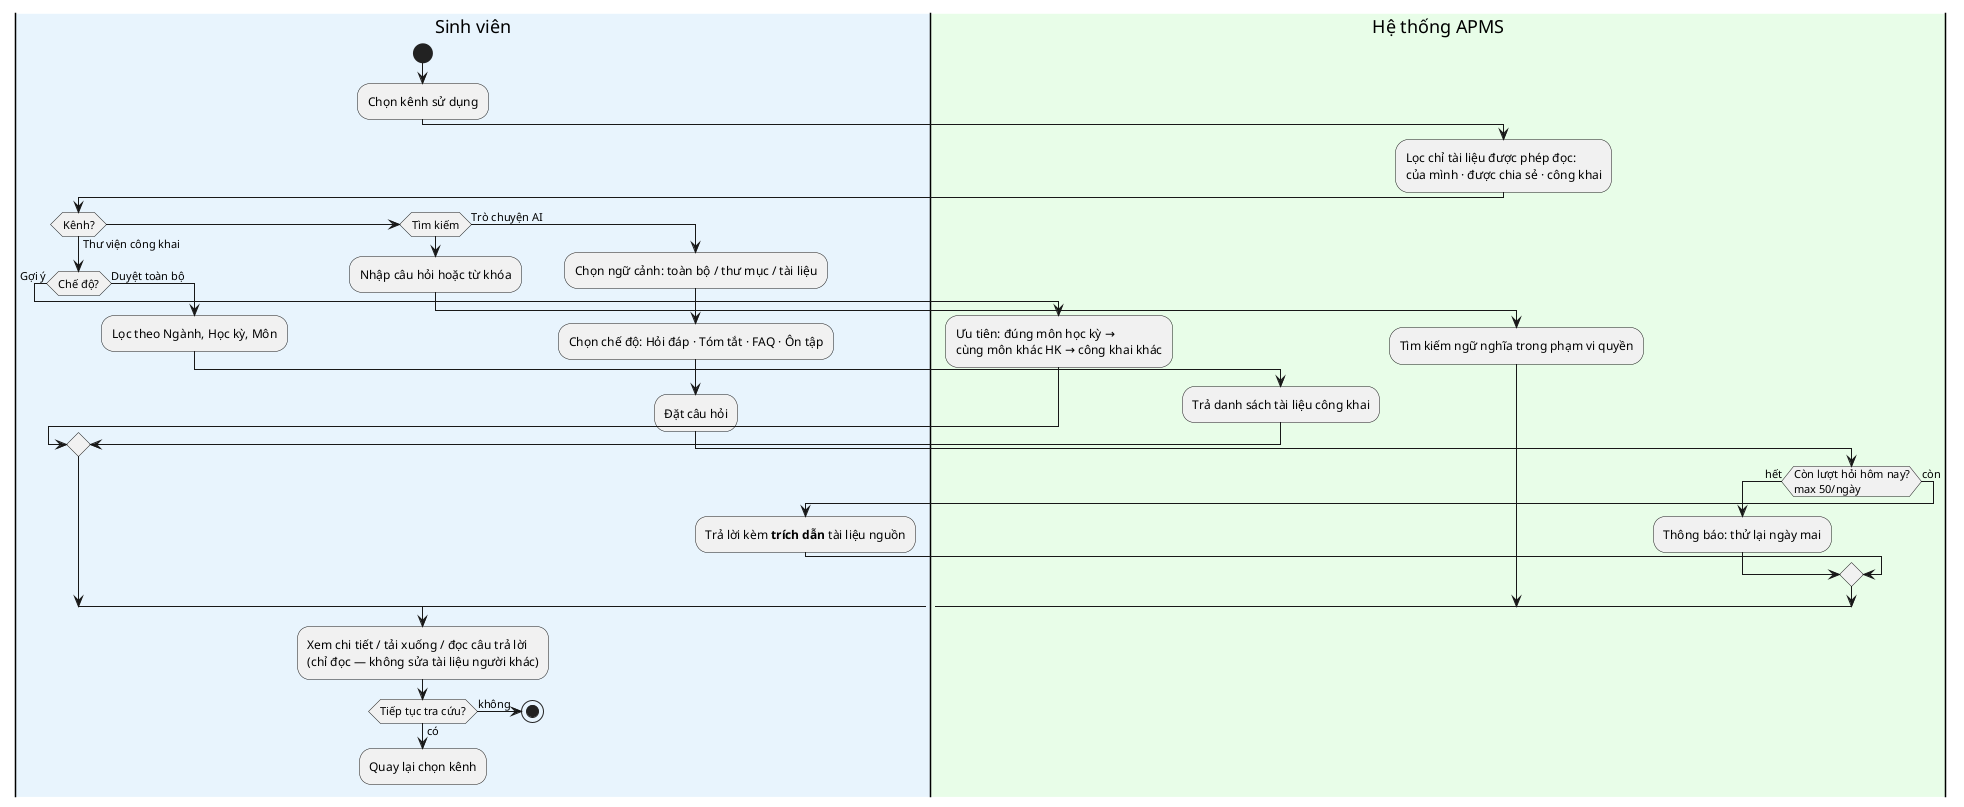
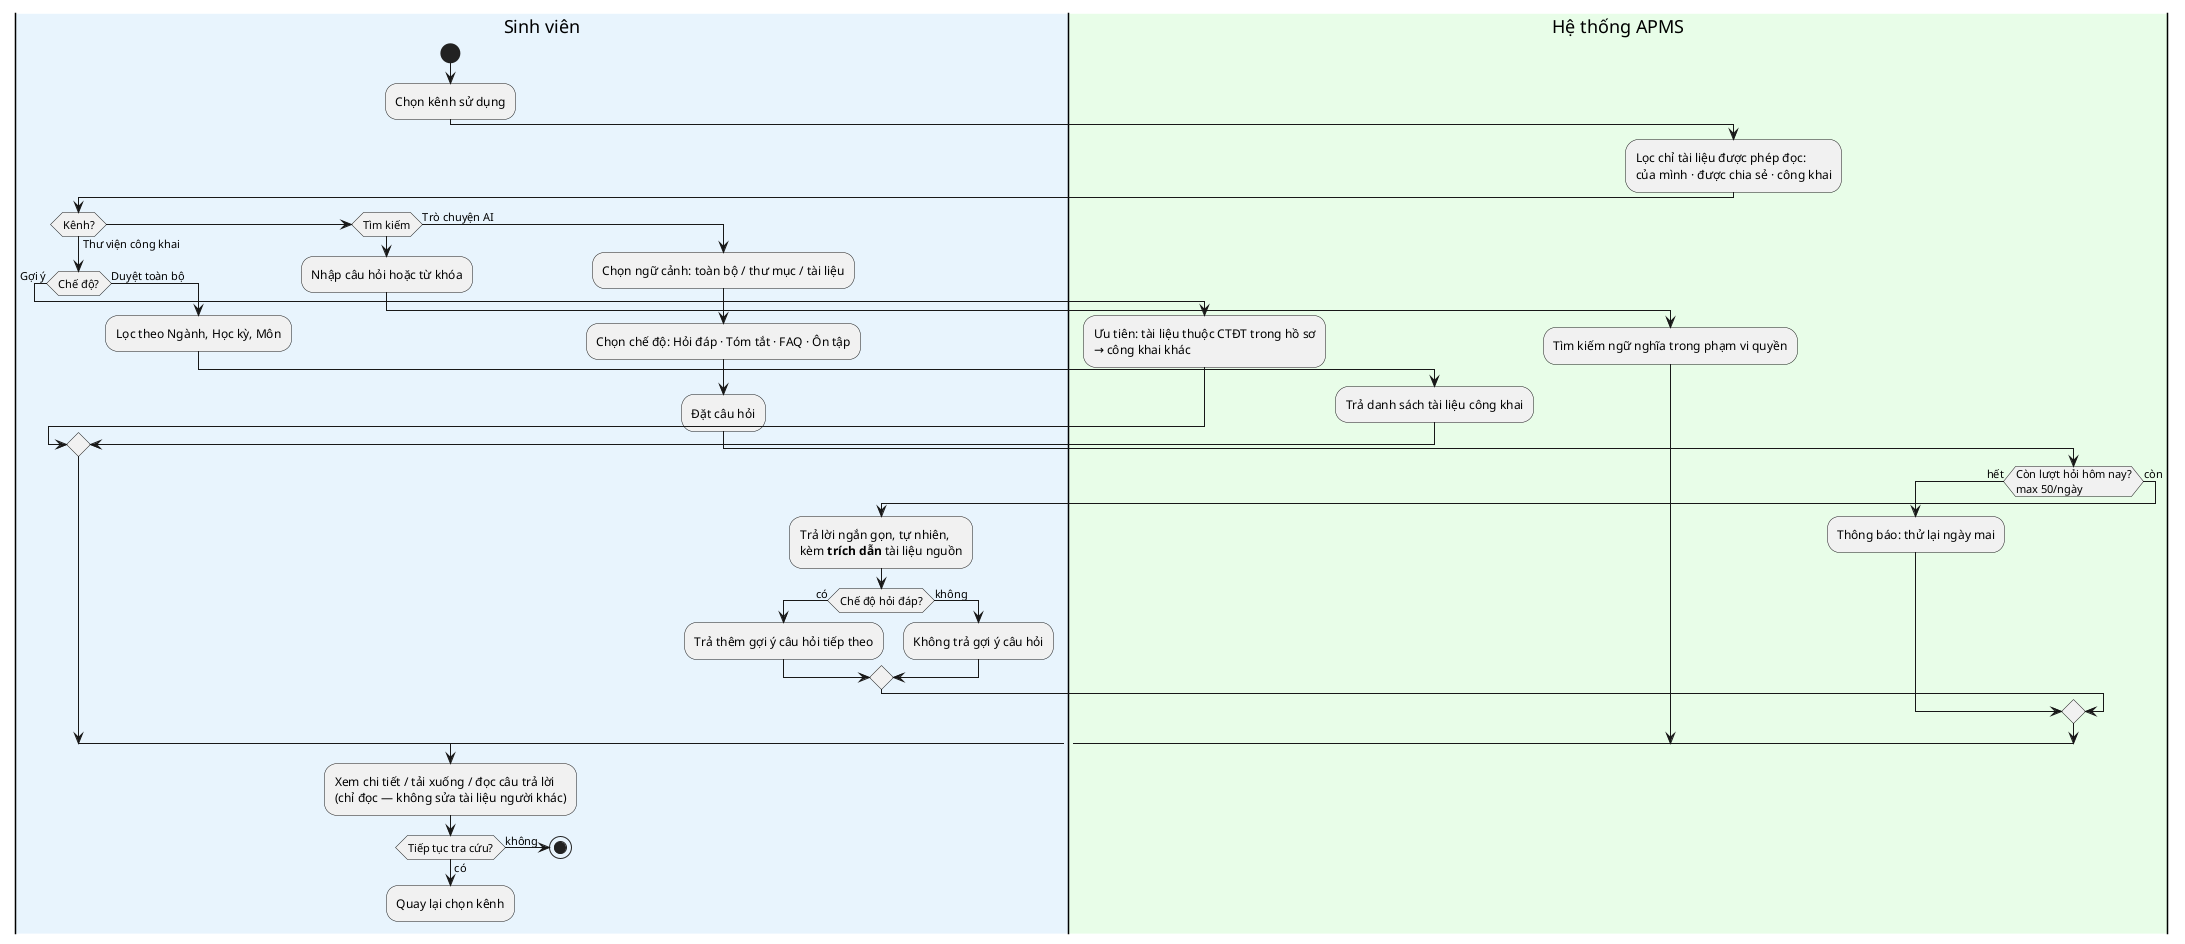
@startuml APMS_Activity3_Knowledge
skinparam swimlane {
  WrapTitle false
}

|#E8F4FD|Sinh viên|
start
:Chọn kênh sử dụng;

|#E8FDE8|Hệ thống APMS|
:Lọc chỉ tài liệu được phép đọc:\ncủa mình · được chia sẻ · công khai;

|Sinh viên|
if (Kênh?) then (Thư viện công khai)
  if (Chế độ?) then (Gợi ý)
    |Hệ thống APMS|
-     :Ưu tiên: đúng môn học kỳ →\ncùng môn khác HK → công khai khác;
+     :Ưu tiên: tài liệu thuộc CTĐT trong hồ sơ\n→ công khai khác;
    |Sinh viên|
  else (Duyệt toàn bộ)
    :Lọc theo Ngành, Học kỳ, Môn;
    |Hệ thống APMS|
    :Trả danh sách tài liệu công khai;
    |Sinh viên|
  endif
elseif (Tìm kiếm) then
  :Nhập câu hỏi hoặc từ khóa;
  |Hệ thống APMS|
  :Tìm kiếm ngữ nghĩa trong phạm vi quyền;
  |Sinh viên|
else (Trò chuyện AI)
  :Chọn ngữ cảnh: toàn bộ / thư mục / tài liệu;
  :Chọn chế độ: Hỏi đáp · Tóm tắt · FAQ · Ôn tập;
  :Đặt câu hỏi;
  |Hệ thống APMS|
  if (Còn lượt hỏi hôm nay?\nmax 50/ngày) then (hết)
    :Thông báo: thử lại ngày mai;
    |Sinh viên|
  else (còn)
-     :Trả lời kèm **trích dẫn** tài liệu nguồn;
+     :Trả lời ngắn gọn, tự nhiên,\nkèm **trích dẫn** tài liệu nguồn;
+     if (Chế độ hỏi đáp?) then (có)
+       :Trả thêm gợi ý câu hỏi tiếp theo;
+     else (không)
+       :Không trả gợi ý câu hỏi;
+     endif
    |Sinh viên|
  endif
endif

:Xem chi tiết / tải xuống / đọc câu trả lời\n(chỉ đọc — không sửa tài liệu người khác);

if (Tiếp tục tra cứu?) then (có)
  :Quay lại chọn kênh;
  detach
else (không)
  stop
endif

@enduml
